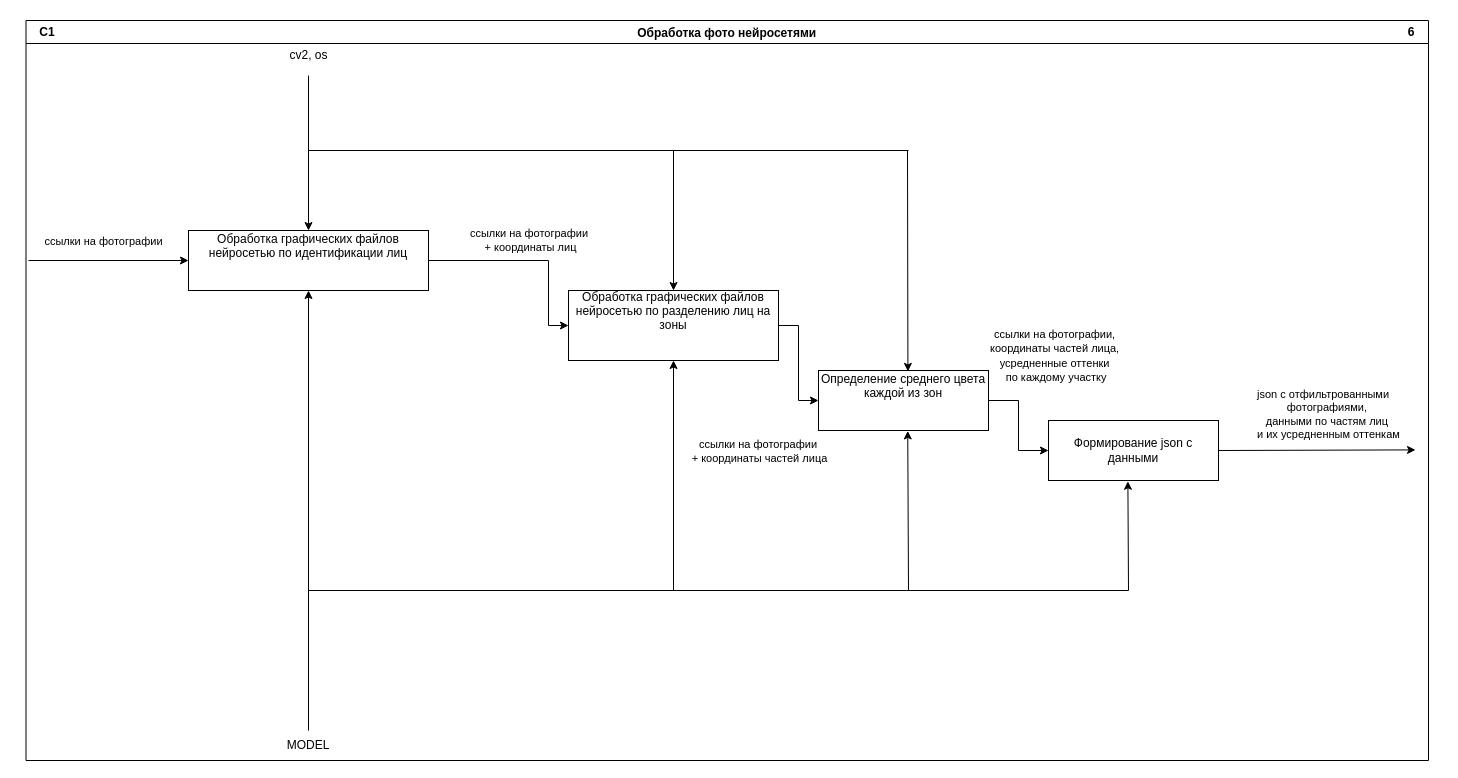
The draw.io diagram page "Обработка фото нейросетями (С1)" (6 of 7) of documentation/Диаграмма без названия.drawio in DashaTkach/Project, before the edit. Source tidied: cells renumbered, new cells numbered last; positions are measured from the earlier drawing's top-left corner, leaving out a move shared by most shapes. Both pictures are drawn from the tidied source at 100%, with x=0, y=0 at pixel (17, 17).
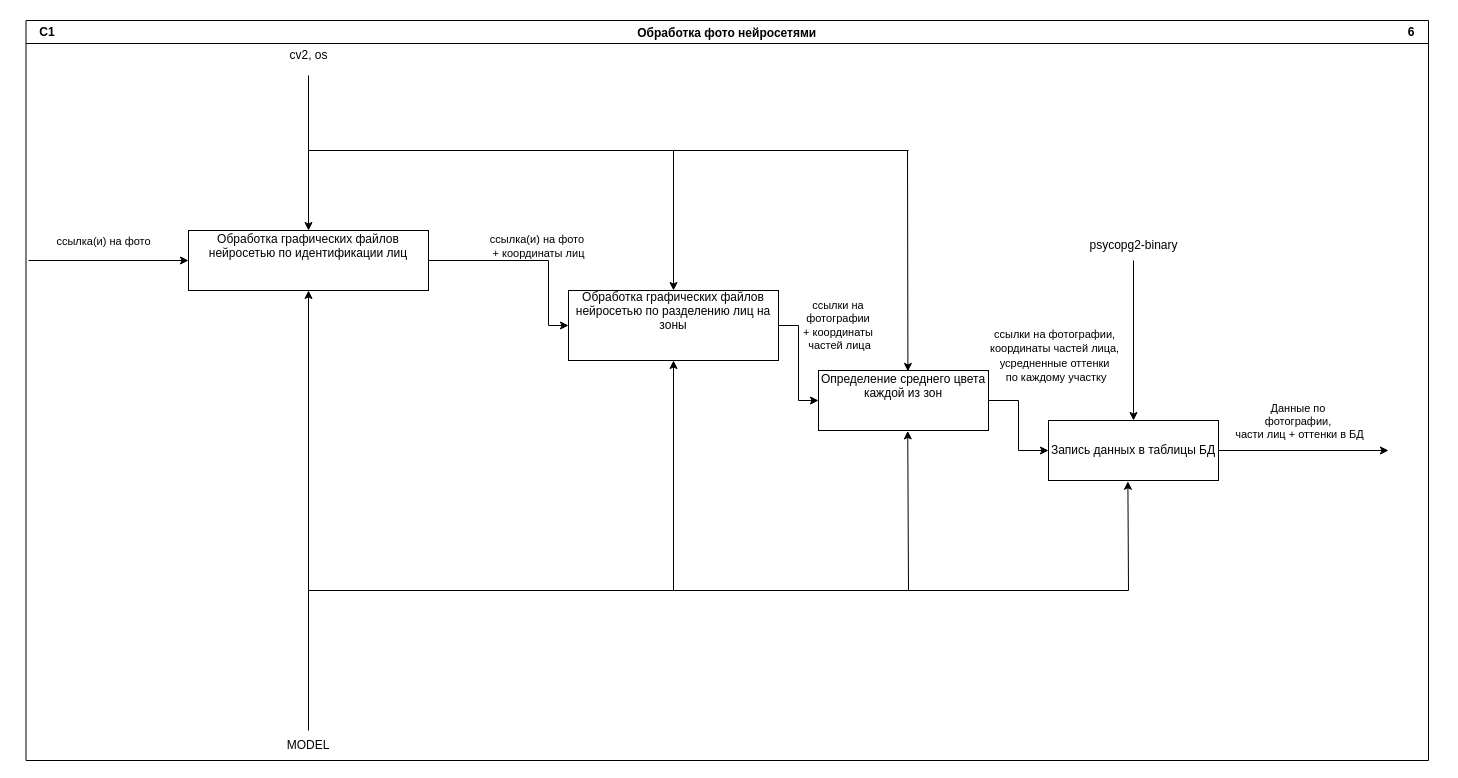
Above is the later version.

Unchanged cells that the change refers to:
```xml
<mxCell id="7" style="endArrow=classic;html=1;rounded=0;entryX=0;entryY=0.5;entryDx=0;entryDy=0;" parent="1" edge="1" target="2">
  <mxGeometry relative="1" as="geometry">
    <mxPoint x="11" y="243" as="sourcePoint" />
  </mxGeometry>
</mxCell>
<mxCell id="27" value="Обработка фото нейросетями" style="swimlane;" parent="1" vertex="1">
  <mxGeometry x="8.5" y="3" width="1402.5" height="740" as="geometry" />
</mxCell>
```

What changed in the source:
```diff
@@
-    <mxCell id="8" value="ссылки на фотографии" style="edgeLabel;html=1;align=center;verticalAlign=middle;" parent="7" vertex="1">
+    <mxCell id="8" value="ссылка(и) на фото" style="edgeLabel;html=1;align=center;verticalAlign=middle;" parent="7" vertex="1">
       <mxGeometry x="0.25" y="2" relative="1" as="geometry">
         <mxPoint x="-26" y="-18" as="offset" />
       </mxGeometry>
     </mxCell>
@@
-    <mxCell id="19" value="ссылки на фотографии&amp;nbsp;&lt;div&gt;+ координаты лиц&lt;/div&gt;" style="edgeLabel;html=1;align=center;verticalAlign=middle;" parent="1" vertex="1">
+    <mxCell id="19" value="ссылка(и) на фото&amp;nbsp;&lt;div&gt;+ координаты лиц&lt;/div&gt;" style="edgeLabel;html=1;align=center;verticalAlign=middle;" parent="1" vertex="1">
       <mxGeometry x="511" y="223" as="geometry">
-        <mxPoint x="1" y="-1" as="offset" />
+        <mxPoint x="9" y="5" as="offset" />
       </mxGeometry>
     </mxCell>
-    <mxCell id="20" value="ссылки на фотографии&amp;nbsp;&lt;div&gt;+ координаты частей лица&lt;/div&gt;" style="edgeLabel;html=1;align=center;verticalAlign=middle;" parent="1" vertex="1">
-      <mxGeometry x="741" y="433" as="geometry" />
-    </mxCell>
@@
-    <mxCell id="22" value="&lt;div style=&quot;text-align: center;&quot;&gt;&lt;span style=&quot;font-size: 11px; text-wrap: nowrap; background-color: rgb(255, 255, 255);&quot;&gt;ссылки на фотографии,&amp;nbsp;&lt;/span&gt;&lt;/div&gt;&lt;div style=&quot;text-align: center;&quot;&gt;&lt;span style=&quot;font-size: 11px; text-wrap: nowrap; background-color: rgb(255, 255, 255);&quot;&gt;координаты частей лица,&amp;nbsp;&lt;/span&gt;&lt;/div&gt;&lt;div style=&quot;text-align: center;&quot;&gt;&lt;span style=&quot;font-size: 11px; text-wrap: nowrap; background-color: rgb(255, 255, 255);&quot;&gt;усредненные оттенки&amp;nbsp;&lt;/span&gt;&lt;/div&gt;&lt;div style=&quot;text-align: center;&quot;&gt;&lt;span style=&quot;font-size: 11px; text-wrap: nowrap; background-color: rgb(255, 255, 255);&quot;&gt;по каждому участку&lt;/span&gt;&lt;/div&gt;" style="text;whiteSpace=wrap;html=1;" parent="1" vertex="1">
-      <mxGeometry x="971" y="303" width="180" height="80" as="geometry" />
-    </mxCell>
-    <mxCell id="23" value="&lt;div style=&quot;&quot;&gt;Формирование json с данными&lt;/div&gt;" style="rounded=0;whiteSpace=wrap;html=1;align=center;" parent="1" vertex="1">
+    <mxCell id="23" value="&lt;div style=&quot;&quot;&gt;Запись данных в таблицы БД&lt;/div&gt;" style="rounded=0;whiteSpace=wrap;html=1;align=center;" parent="1" vertex="1">
       <mxGeometry x="1031" y="403" width="170" height="60" as="geometry" />
     </mxCell>
-    <mxCell id="24" style="endArrow=classic;html=1;rounded=0;exitX=1;exitY=0.5;exitDx=0;exitDy=0;entryX=0;entryY=0.5;entryDx=0;entryDy=0;" parent="1" edge="1" source="23">
+    <mxCell id="24" style="endArrow=classic;html=1;rounded=0;exitX=1;exitY=0.5;exitDx=0;exitDy=0;" parent="1" edge="1" source="23">
       <mxGeometry relative="1" as="geometry">
-        <mxPoint x="1398" y="432.4" as="targetPoint" />
+        <mxPoint x="1371" y="433" as="targetPoint" />
       </mxGeometry>
     </mxCell>
-    <mxCell id="25" value="&lt;span style=&quot;color: rgb(0, 0, 0); font-family: Helvetica; font-size: 11px; font-style: normal; font-variant-ligatures: normal; font-variant-caps: normal; font-weight: 400; letter-spacing: normal; orphans: 2; text-align: center; text-indent: 0px; text-transform: none; widows: 2; word-spacing: 0px; -webkit-text-stroke-width: 0px; white-space: nowrap; background-color: rgb(255, 255, 255); text-decoration-thickness: initial; text-decoration-style: initial; text-decoration-color: initial; display: inline !important; float: none;&quot;&gt;json с отфильтрованными&amp;nbsp;&lt;/span&gt;&lt;div style=&quot;color: rgb(0, 0, 0); font-family: Helvetica; font-size: 11px; font-style: normal; font-variant-ligatures: normal; font-variant-caps: normal; font-weight: 400; letter-spacing: normal; orphans: 2; text-align: center; text-indent: 0px; text-transform: none; widows: 2; word-spacing: 0px; -webkit-text-stroke-width: 0px; white-space: nowrap; text-decoration-thickness: initial; text-decoration-style: initial; text-decoration-color: initial;&quot;&gt;фотографиями,&amp;nbsp;&lt;/div&gt;&lt;div style=&quot;color: rgb(0, 0, 0); font-family: Helvetica; font-size: 11px; font-style: normal; font-variant-ligatures: normal; font-variant-caps: normal; font-weight: 400; letter-spacing: normal; orphans: 2; text-align: center; text-indent: 0px; text-transform: none; widows: 2; word-spacing: 0px; -webkit-text-stroke-width: 0px; white-space: nowrap; text-decoration-thickness: initial; text-decoration-style: initial; text-decoration-color: initial;&quot;&gt;данными по частям лиц&amp;nbsp;&lt;/div&gt;&lt;div style=&quot;color: rgb(0, 0, 0); font-family: Helvetica; font-size: 11px; font-style: normal; font-variant-ligatures: normal; font-variant-caps: normal; font-weight: 400; letter-spacing: normal; orphans: 2; text-align: center; text-indent: 0px; text-transform: none; widows: 2; word-spacing: 0px; -webkit-text-stroke-width: 0px; white-space: nowrap; text-decoration-thickness: initial; text-decoration-style: initial; text-decoration-color: initial;&quot;&gt;и их усредненным оттенкам&lt;/div&gt;" style="text;whiteSpace=wrap;html=1;" parent="1" vertex="1">
-      <mxGeometry x="1238" y="363" width="180" height="80" as="geometry" />
-    </mxCell>
@@
+    <mxCell id="30" value="Данные по&amp;nbsp;&lt;div&gt;фотографии,&amp;nbsp;&lt;div&gt;части лиц + оттенки в БД&lt;/div&gt;&lt;/div&gt;" style="edgeLabel;html=1;align=center;verticalAlign=middle;" parent="27" vertex="1">
+      <mxGeometry x="1252.5" y="410" as="geometry">
+        <mxPoint x="20" y="-10" as="offset" />
+      </mxGeometry>
+    </mxCell>
+    <mxCell id="20" value="ссылки на&amp;nbsp;&lt;div&gt;фотографии&amp;nbsp;&lt;div&gt;+ координаты&amp;nbsp;&lt;/div&gt;&lt;div&gt;частей лица&lt;/div&gt;&lt;/div&gt;" style="edgeLabel;html=1;align=center;verticalAlign=middle;" parent="27" vertex="1">
+      <mxGeometry x="822.5" y="350" as="geometry">
+        <mxPoint x="-10" y="-46" as="offset" />
+      </mxGeometry>
+    </mxCell>
+    <mxCell id="22" value="&lt;div style=&quot;text-align: center;&quot;&gt;&lt;span style=&quot;font-size: 11px; text-wrap: nowrap; background-color: rgb(255, 255, 255);&quot;&gt;ссылки на фотографии,&amp;nbsp;&lt;/span&gt;&lt;/div&gt;&lt;div style=&quot;text-align: center;&quot;&gt;&lt;span style=&quot;font-size: 11px; text-wrap: nowrap; background-color: rgb(255, 255, 255);&quot;&gt;координаты частей лица,&amp;nbsp;&lt;/span&gt;&lt;/div&gt;&lt;div style=&quot;text-align: center;&quot;&gt;&lt;span style=&quot;font-size: 11px; text-wrap: nowrap; background-color: rgb(255, 255, 255);&quot;&gt;усредненные оттенки&amp;nbsp;&lt;/span&gt;&lt;/div&gt;&lt;div style=&quot;text-align: center;&quot;&gt;&lt;span style=&quot;font-size: 11px; text-wrap: nowrap; background-color: rgb(255, 255, 255);&quot;&gt;по каждому участку&lt;/span&gt;&lt;/div&gt;" style="text;whiteSpace=wrap;html=1;" parent="27" vertex="1">
+      <mxGeometry x="962.5" y="300" width="180" height="80" as="geometry" />
+    </mxCell>
+    <mxCell id="31" value="psycopg2-binary" style="text;html=1;align=center;verticalAlign=middle;points=[];strokeColor=none;fillColor=none;" parent="27" vertex="1">
+      <mxGeometry x="1052.5" y="210" width="110" height="30" as="geometry" />
+    </mxCell>
+    <mxCell id="32" style="endArrow=classic;html=1;rounded=0;entryX=0.5;entryY=0;entryDx=0;entryDy=0;" parent="1" edge="1" source="31" target="23">
+      <mxGeometry relative="1" as="geometry" />
+    </mxCell>
```
